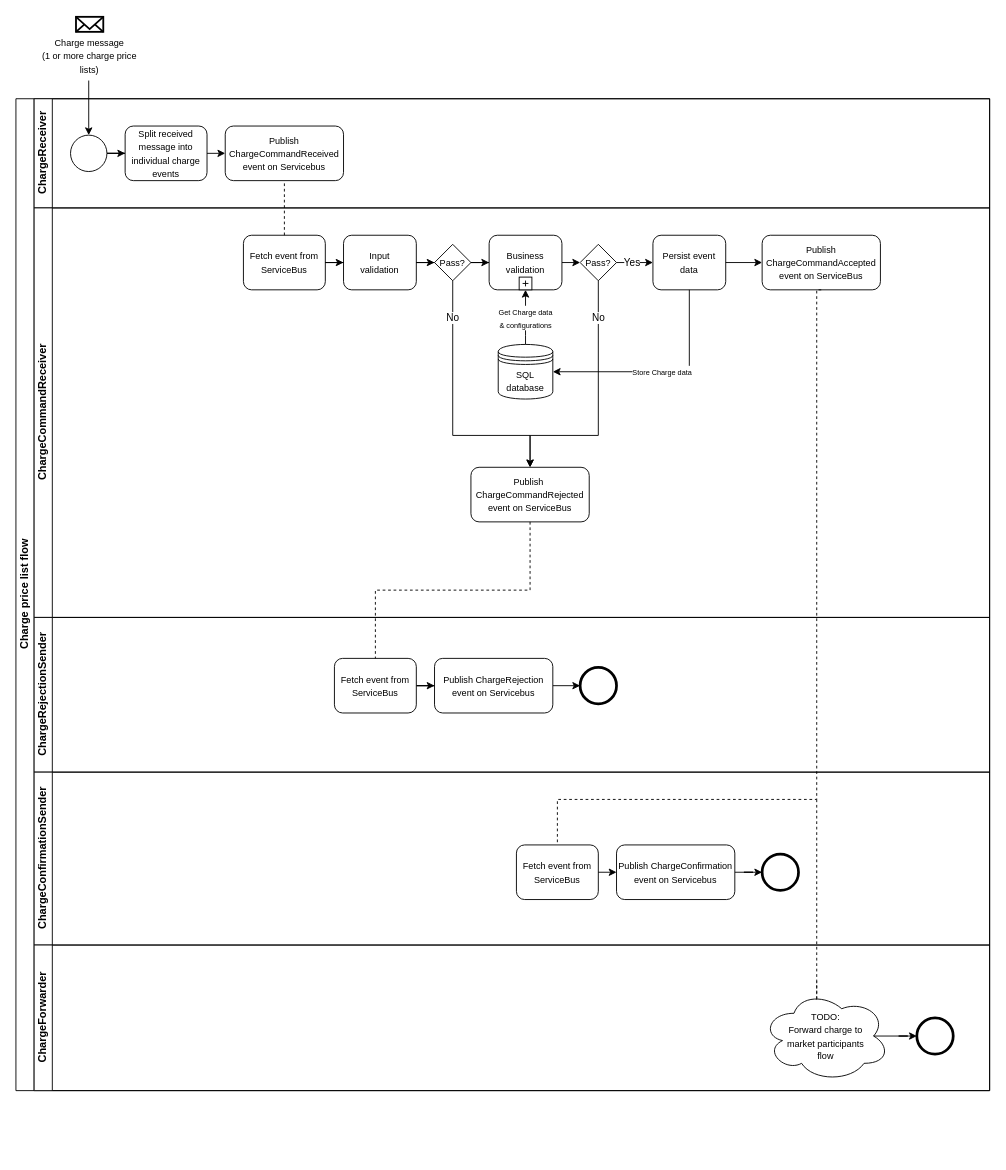
Above: docs/images/ChargePriceListProcessFlow.drawio in Energinet-DataHub/ARCHIVED-geh-charges (draw.io), before the change. Source tidied: cells renumbered, new cells numbered last; positions are measured from the earlier drawing's top-left corner, leaving out a move shared by most shapes. Both pictures are drawn from the tidied source at 91%, with x=0, y=0 at pixel (15, 16).
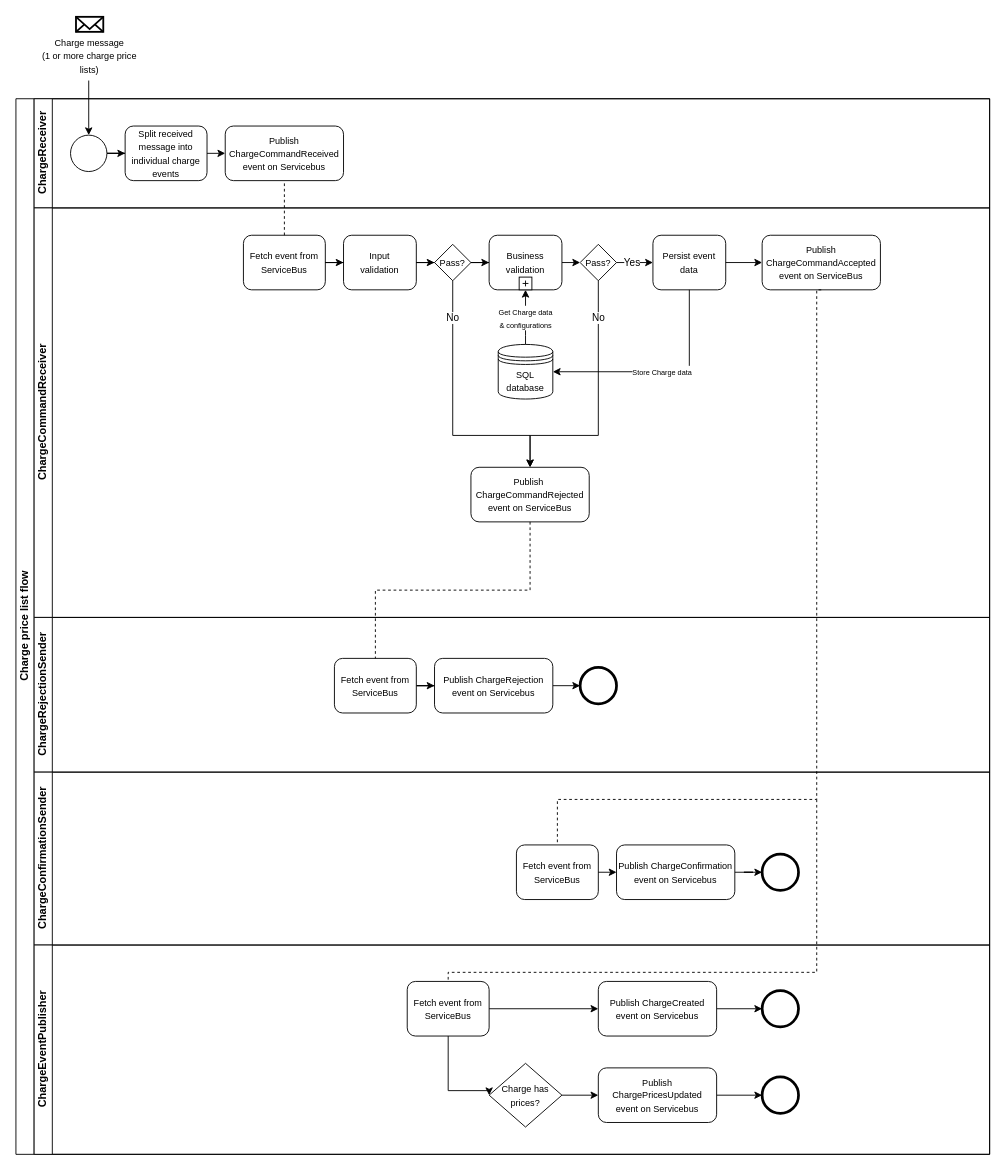
Above is the later version.

Commit message (it also covers changes not shown here):
docs: updated process flow diagram

What changed in the source:
```diff
@@
     <mxCell id="2" value="Charge price list flow" style="swimlane;html=1;horizontal=0;startSize=20;rounded=0;" parent="1" vertex="1">
-      <mxGeometry y="90" width="1070" height="1090" as="geometry" />
+      <mxGeometry y="90" width="1070" height="1160" as="geometry" />
     </mxCell>
@@
-    <mxCell id="43" value="ChargeForwarder" style="swimlane;html=1;startSize=20;horizontal=0;" parent="2" vertex="1">
-      <mxGeometry x="20" y="930" width="1050" height="160" as="geometry" />
+    <mxCell id="43" value="ChargeEventPublisher" style="swimlane;html=1;startSize=20;horizontal=0;" parent="2" vertex="1">
+      <mxGeometry x="20" y="930" width="1050" height="230" as="geometry" />
     </mxCell>
-    <mxCell id="44" value="&lt;font style=&quot;font-size: 10px&quot;&gt;TODO: &lt;br&gt;Forward charge to &lt;br&gt;market participants &lt;br&gt;flow&lt;/font&gt;" style="ellipse;shape=cloud;whiteSpace=wrap;html=1;" parent="43" vertex="1">
-      <mxGeometry x="800" y="50" width="140" height="100" as="geometry" />
-    </mxCell>
     <mxCell id="45" style="shape=mxgraph.bpmn.shape;html=1;verticalLabelPosition=bottom;labelBackgroundColor=#ffffff;verticalAlign=top;align=center;perimeter=ellipsePerimeter;outlineConnect=0;outline=end;symbol=general;strokeColor=#000000;" parent="43" vertex="1">
-      <mxGeometry x="970" y="80" width="40" height="40" as="geometry" />
+      <mxGeometry x="800" y="50" width="40" height="40" as="geometry" />
     </mxCell>
-    <mxCell id="46" style="edgeStyle=orthogonalEdgeStyle;rounded=0;jettySize=auto;html=1;exitX=0.875;exitY=0.5;exitDx=0;exitDy=0;exitPerimeter=0;" parent="43" edge="1" source="44" target="45">
+    <mxCell id="46" style="edgeStyle=orthogonalEdgeStyle;rounded=0;jettySize=auto;html=1;exitX=1;exitY=0.5;exitDx=0;exitDy=0;" parent="43" edge="1" source="55" target="45">
       <mxGeometry relative="1" as="geometry" />
     </mxCell>
+    <mxCell id="55" value="&lt;font style=&quot;font-size: 10px&quot;&gt;Publish ChargeCreated&lt;br&gt;event on Servicebus&lt;/font&gt;" style="rounded=1;whiteSpace=wrap;html=1;fontFamily=Helvetica;fontSize=12;fontColor=#000000;align=center;" parent="43" vertex="1">
+      <mxGeometry x="620" y="40" width="130" height="60" as="geometry" />
+    </mxCell>
+    <mxCell id="56" style="edgeStyle=orthogonalEdgeStyle;rounded=0;jettySize=auto;html=1;entryX=0;entryY=0.5;entryDx=0;entryDy=0;exitX=0.5;exitY=1;exitDx=0;exitDy=0;" parent="43" edge="1" source="57" target="63">
+      <mxGeometry relative="1" as="geometry">
+        <Array as="points">
+          <mxPoint x="455" y="160" />
+        </Array>
+      </mxGeometry>
+    </mxCell>
+    <mxCell id="57" value="&lt;font style=&quot;font-size: 10px&quot;&gt;Fetch event from ServiceBus&lt;/font&gt;" style="rounded=1;whiteSpace=wrap;html=1;fontFamily=Helvetica;fontSize=12;fontColor=#000000;align=center;" parent="43" vertex="1">
+      <mxGeometry x="410" y="40" width="90" height="60" as="geometry" />
+    </mxCell>
+    <mxCell id="58" style="edgeStyle=orthogonalEdgeStyle;rounded=0;jettySize=auto;html=1;exitX=1;exitY=0.5;exitDx=0;exitDy=0;entryX=0;entryY=0.5;entryDx=0;entryDy=0;" parent="43" edge="1" source="57" target="55">
+      <mxGeometry relative="1" as="geometry" />
+    </mxCell>
+    <mxCell id="59" style="edgeStyle=orthogonalEdgeStyle;rounded=0;jettySize=auto;html=1;entryX=0;entryY=0.5;entryDx=0;entryDy=0;" parent="43" edge="1" source="60" target="61">
+      <mxGeometry relative="1" as="geometry" />
+    </mxCell>
+    <mxCell id="60" value="&lt;font style=&quot;font-size: 10px&quot;&gt;Publish ChargePricesUpdated&lt;br&gt;event on Servicebus&lt;/font&gt;" style="rounded=1;whiteSpace=wrap;html=1;fontFamily=Helvetica;fontSize=12;fontColor=#000000;align=center;" parent="43" vertex="1">
+      <mxGeometry x="620" y="135" width="130" height="60" as="geometry" />
+    </mxCell>
+    <mxCell id="61" style="shape=mxgraph.bpmn.shape;html=1;verticalLabelPosition=bottom;labelBackgroundColor=#ffffff;verticalAlign=top;align=center;perimeter=ellipsePerimeter;outlineConnect=0;outline=end;symbol=general;strokeColor=#000000;" parent="43" vertex="1">
+      <mxGeometry x="800" y="145" width="40" height="40" as="geometry" />
+    </mxCell>
+    <mxCell id="62" style="edgeStyle=orthogonalEdgeStyle;rounded=0;jettySize=auto;html=1;entryX=0;entryY=0.5;entryDx=0;entryDy=0;" parent="43" edge="1" source="63" target="60">
+      <mxGeometry relative="1" as="geometry" />
+    </mxCell>
+    <mxCell id="63" value="&lt;font style=&quot;font-size: 10px&quot;&gt;Charge has prices?&lt;/font&gt;" style="rhombus;whiteSpace=wrap;html=1;fontFamily=Helvetica;fontSize=12;fontColor=#000000;align=center;" parent="43" vertex="1">
+      <mxGeometry x="500" y="130" width="80" height="70" as="geometry" />
+    </mxCell>
@@
-    <mxCell id="54" style="endArrow=none;dashed=1;edgeStyle=orthogonalEdgeStyle;rounded=0;orthogonalLoop=1;jettySize=auto;html=1;" parent="1" edge="1">
+    <mxCell id="54" style="endArrow=none;dashed=1;edgeStyle=orthogonalEdgeStyle;rounded=0;jettySize=auto;html=1;entryX=0.5;entryY=0;entryDx=0;entryDy=0;" parent="1" edge="1" target="57">
       <mxGeometry relative="1" as="geometry">
         <mxPoint x="880" y="860" as="sourcePoint" />
-        <mxPoint x="880" y="1060" as="targetPoint" />
         <Array as="points">
-          <mxPoint x="880" y="1081" />
+          <mxPoint x="880" y="1050" />
+          <mxPoint x="475" y="1050" />
         </Array>
       </mxGeometry>
     </mxCell>
```
